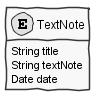
This is docs/red/1160634/sp1/dm.png from Fuel4us/EventManagingApp, a PlantUML export, as it was before one commit. The source it was exported from:
```plantuml
@startuml  dm.png
skinparam handwritten true
skinparam monochrome true
skinparam packageStyle rect
skinparam defaultFontName FG Virgil
skinparam shadowing false

hide empty methods

class TextNote << (E,yellow) >> {
	String title
	String textNote
	Date date
}

@enduml
```
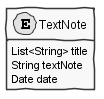
The same diagram one commit later.

Change to the diagram source:
```diff
@@ -8,7 +8,7 @@
 hide empty methods
 
 class TextNote << (E,yellow) >> {
-	String title
+	List<String> title
 	String textNote
 	Date date
 }
```
